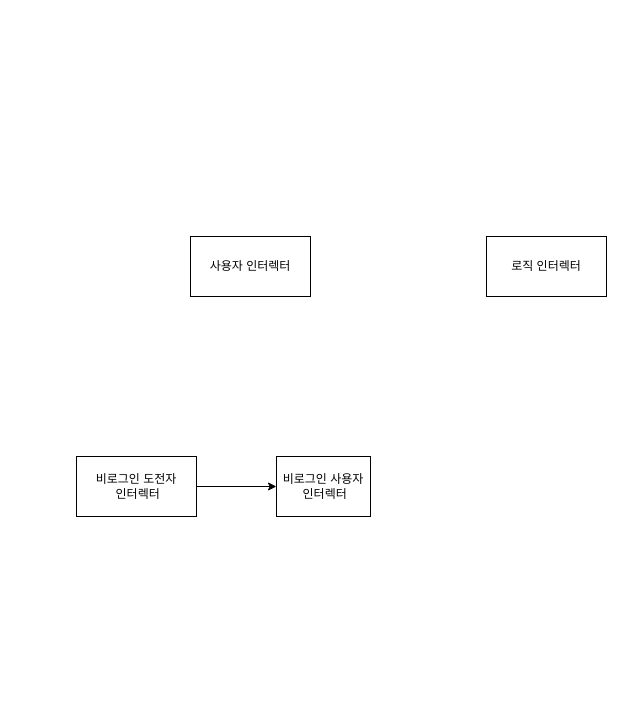
This is packages/Untitled Diagram.drawio from flagtags/nemonemo, a draw.io file, before an edit. Source tidied: cells renumbered, new cells numbered last; positions are measured from the earlier drawing's top-left corner, leaving out a move shared by most shapes. Both pictures are drawn from the tidied source at 100%, with x=0, y=0 at pixel (76, 236).
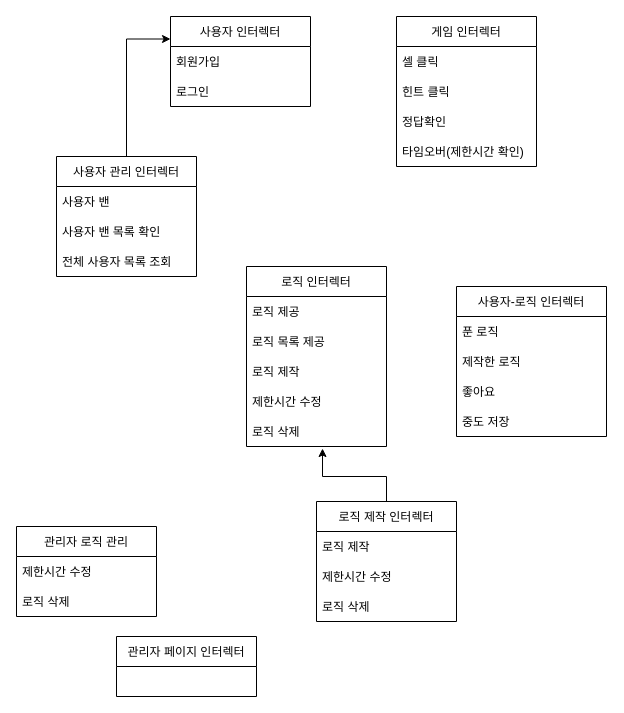
After the change.

Commit message:
컴포넌트 설계중

Change to the diagram source:
```diff
@@
-    <mxCell id="2" value="사용자 인터렉터" style="rounded=0;whiteSpace=wrap;html=1;" parent="1" vertex="1">
-      <mxGeometry x="114" width="120" height="60" as="geometry" />
+    <mxCell id="2" value="사용자 인터렉터" style="swimlane;fontStyle=0;horizontal=1;startSize=30;" parent="1" vertex="1">
+      <mxGeometry x="94" y="-220" width="140" height="90" as="geometry" />
     </mxCell>
-    <mxCell id="3" value="비로그인 사용자&lt;br&gt;&amp;nbsp;인터렉터" style="rounded=0;whiteSpace=wrap;html=1;" parent="1" vertex="1">
-      <mxGeometry x="200" y="220" width="94" height="60" as="geometry" />
-    </mxCell>
-    <mxCell id="4" style="edgeStyle=orthogonalEdgeStyle;rounded=0;jettySize=auto;html=1;entryX=0;entryY=0.5;entryDx=0;entryDy=0;" parent="1" edge="1" source="5" target="3">
-      <mxGeometry relative="1" as="geometry" />
-    </mxCell>
-    <mxCell id="5" value="비로그인 도전자&lt;br&gt;&amp;nbsp;인터렉터" style="rounded=0;whiteSpace=wrap;html=1;" parent="1" vertex="1">
-      <mxGeometry y="220" width="120" height="60" as="geometry" />
-    </mxCell>
+    <mxCell id="7" value="회원가입" style="text;strokeColor=none;fillColor=none;align=left;verticalAlign=middle;spacingLeft=4;spacingRight=4;overflow=hidden;" parent="2" vertex="1">
+      <mxGeometry y="30" width="140" height="30" as="geometry" />
+    </mxCell>
+    <mxCell id="8" value="로그인" style="text;strokeColor=none;fillColor=none;align=left;verticalAlign=middle;spacingLeft=4;spacingRight=4;overflow=hidden;" parent="2" vertex="1">
+      <mxGeometry y="60" width="140" height="30" as="geometry" />
+    </mxCell>
+    <mxCell id="9" style="edgeStyle=orthogonalEdgeStyle;rounded=0;jettySize=auto;html=1;entryX=0;entryY=0.25;entryDx=0;entryDy=0;" parent="1" edge="1" source="10" target="2">
+      <mxGeometry relative="1" as="geometry" />
+    </mxCell>
+    <mxCell id="10" value="사용자 관리 인터렉터" style="swimlane;fontStyle=0;horizontal=1;startSize=30;" parent="1" vertex="1">
+      <mxGeometry x="-20" y="-80" width="140" height="120" as="geometry" />
+    </mxCell>
+    <mxCell id="11" value="사용자 밴" style="text;strokeColor=none;fillColor=none;align=left;verticalAlign=middle;spacingLeft=4;spacingRight=4;overflow=hidden;" parent="10" vertex="1">
+      <mxGeometry y="30" width="140" height="30" as="geometry" />
+    </mxCell>
+    <mxCell id="12" value="사용자 밴 목록 확인" style="text;strokeColor=none;fillColor=none;align=left;verticalAlign=middle;spacingLeft=4;spacingRight=4;overflow=hidden;" parent="10" vertex="1">
+      <mxGeometry y="60" width="140" height="30" as="geometry" />
+    </mxCell>
+    <mxCell id="13" value="전체 사용자 목록 조회" style="text;strokeColor=none;fillColor=none;align=left;verticalAlign=middle;spacingLeft=4;spacingRight=4;overflow=hidden;" parent="10" vertex="1">
+      <mxGeometry y="90" width="140" height="30" as="geometry" />
+    </mxCell>
-    <mxCell id="6" value="로직 인터렉터" style="rounded=0;whiteSpace=wrap;html=1;" parent="1" vertex="1">
-      <mxGeometry x="410" width="120" height="60" as="geometry" />
+    <mxCell id="6" value="로직 인터렉터" style="swimlane;fontStyle=0;horizontal=1;startSize=30;" parent="1" vertex="1">
+      <mxGeometry x="170" y="30" width="140" height="180" as="geometry" />
     </mxCell>
+    <mxCell id="14" value="로직 제공" style="text;strokeColor=none;fillColor=none;align=left;verticalAlign=middle;spacingLeft=4;spacingRight=4;overflow=hidden;" parent="6" vertex="1">
+      <mxGeometry y="30" width="140" height="30" as="geometry" />
+    </mxCell>
+    <mxCell id="15" value="로직 목록 제공 " style="text;strokeColor=none;fillColor=none;align=left;verticalAlign=middle;spacingLeft=4;spacingRight=4;overflow=hidden;" parent="6" vertex="1">
+      <mxGeometry y="60" width="140" height="30" as="geometry" />
+    </mxCell>
+    <mxCell id="16" value="로직 제작" style="text;strokeColor=none;fillColor=none;align=left;verticalAlign=middle;spacingLeft=4;spacingRight=4;overflow=hidden;" parent="6" vertex="1">
+      <mxGeometry y="90" width="140" height="30" as="geometry" />
+    </mxCell>
+    <mxCell id="17" value="제한시간 수정" style="text;strokeColor=none;fillColor=none;align=left;verticalAlign=middle;spacingLeft=4;spacingRight=4;overflow=hidden;" parent="6" vertex="1">
+      <mxGeometry y="120" width="140" height="30" as="geometry" />
+    </mxCell>
+    <mxCell id="18" value="로직 삭제" style="text;strokeColor=none;fillColor=none;align=left;verticalAlign=middle;spacingLeft=4;spacingRight=4;overflow=hidden;points=[[0,0.5],[1,0.5]];portConstraint=eastwest;" parent="6" vertex="1">
+      <mxGeometry y="150" width="140" height="30" as="geometry" />
+    </mxCell>
+    <mxCell id="19" value="게임 인터렉터" style="swimlane;fontStyle=0;horizontal=1;startSize=30;" parent="1" vertex="1">
+      <mxGeometry x="320" y="-220" width="140" height="150" as="geometry" />
+    </mxCell>
+    <mxCell id="20" value="셀 클릭" style="text;strokeColor=none;fillColor=none;align=left;verticalAlign=middle;spacingLeft=4;spacingRight=4;overflow=hidden;" parent="19" vertex="1">
+      <mxGeometry y="30" width="140" height="30" as="geometry" />
+    </mxCell>
+    <mxCell id="21" value="힌트 클릭" style="text;strokeColor=none;fillColor=none;align=left;verticalAlign=middle;spacingLeft=4;spacingRight=4;overflow=hidden;" parent="19" vertex="1">
+      <mxGeometry y="60" width="140" height="30" as="geometry" />
+    </mxCell>
+    <mxCell id="22" value="정답확인" style="text;strokeColor=none;fillColor=none;align=left;verticalAlign=middle;spacingLeft=4;spacingRight=4;overflow=hidden;" parent="19" vertex="1">
+      <mxGeometry y="90" width="140" height="30" as="geometry" />
+    </mxCell>
+    <mxCell id="23" value="타임오버(제한시간 확인)" style="text;strokeColor=none;fillColor=none;align=left;verticalAlign=middle;spacingLeft=4;spacingRight=4;overflow=hidden;" parent="19" vertex="1">
+      <mxGeometry y="120" width="140" height="30" as="geometry" />
+    </mxCell>
+    <mxCell id="24" value="사용자-로직 인터렉터" style="swimlane;fontStyle=0;horizontal=1;startSize=30;" parent="1" vertex="1">
+      <mxGeometry x="380" y="50" width="150" height="150" as="geometry" />
+    </mxCell>
+    <mxCell id="25" value="푼 로직" style="text;strokeColor=none;fillColor=none;align=left;verticalAlign=middle;spacingLeft=4;spacingRight=4;overflow=hidden;" parent="24" vertex="1">
+      <mxGeometry y="30" width="150" height="30" as="geometry" />
+    </mxCell>
+    <mxCell id="26" value="제작한 로직" style="text;strokeColor=none;fillColor=none;align=left;verticalAlign=middle;spacingLeft=4;spacingRight=4;overflow=hidden;" parent="24" vertex="1">
+      <mxGeometry y="60" width="150" height="30" as="geometry" />
+    </mxCell>
+    <mxCell id="27" value="좋아요" style="text;strokeColor=none;fillColor=none;align=left;verticalAlign=middle;spacingLeft=4;spacingRight=4;overflow=hidden;" parent="24" vertex="1">
+      <mxGeometry y="90" width="150" height="30" as="geometry" />
+    </mxCell>
+    <mxCell id="28" value="중도 저장" style="text;strokeColor=none;fillColor=none;align=left;verticalAlign=middle;spacingLeft=4;spacingRight=4;overflow=hidden;" parent="24" vertex="1">
+      <mxGeometry y="120" width="150" height="30" as="geometry" />
+    </mxCell>
+    <mxCell id="29" style="edgeStyle=orthogonalEdgeStyle;rounded=0;jettySize=auto;html=1;entryX=0.543;entryY=1.067;entryDx=0;entryDy=0;entryPerimeter=0;" parent="1" edge="1" source="30" target="18">
+      <mxGeometry relative="1" as="geometry">
+        <Array as="points">
+          <mxPoint x="310" y="240" />
+          <mxPoint x="246" y="240" />
+        </Array>
+      </mxGeometry>
+    </mxCell>
+    <mxCell id="30" value="로직 제작 인터렉터" style="swimlane;fontStyle=0;horizontal=1;startSize=30;" parent="1" vertex="1">
+      <mxGeometry x="240" y="265" width="140" height="120" as="geometry" />
+    </mxCell>
+    <mxCell id="31" value="로직 제작" style="text;strokeColor=none;fillColor=none;align=left;verticalAlign=middle;spacingLeft=4;spacingRight=4;overflow=hidden;" parent="30" vertex="1">
+      <mxGeometry y="30" width="140" height="30" as="geometry" />
+    </mxCell>
+    <mxCell id="32" value="제한시간 수정" style="text;strokeColor=none;fillColor=none;align=left;verticalAlign=middle;spacingLeft=4;spacingRight=4;overflow=hidden;" parent="30" vertex="1">
+      <mxGeometry y="60" width="140" height="30" as="geometry" />
+    </mxCell>
+    <mxCell id="33" value="로직 삭제" style="text;strokeColor=none;fillColor=none;align=left;verticalAlign=middle;spacingLeft=4;spacingRight=4;overflow=hidden;" parent="30" vertex="1">
+      <mxGeometry y="90" width="140" height="30" as="geometry" />
+    </mxCell>
+    <mxCell id="34" value="관리자 페이지 인터렉터" style="swimlane;fontStyle=0;horizontal=1;startSize=30;" parent="1" vertex="1">
+      <mxGeometry x="40" y="400" width="140" height="60" as="geometry" />
+    </mxCell>
+    <mxCell id="35" value="관리자 로직 관리" style="swimlane;fontStyle=0;horizontal=1;startSize=30;" parent="1" vertex="1">
+      <mxGeometry x="-60" y="290" width="140" height="90" as="geometry" />
+    </mxCell>
+    <mxCell id="36" value="제한시간 수정" style="text;strokeColor=none;fillColor=none;align=left;verticalAlign=middle;spacingLeft=4;spacingRight=4;overflow=hidden;" parent="35" vertex="1">
+      <mxGeometry y="30" width="140" height="30" as="geometry" />
+    </mxCell>
+    <mxCell id="37" value="로직 삭제" style="text;strokeColor=none;fillColor=none;align=left;verticalAlign=middle;spacingLeft=4;spacingRight=4;overflow=hidden;" parent="35" vertex="1">
+      <mxGeometry y="60" width="140" height="30" as="geometry" />
+    </mxCell>
```
